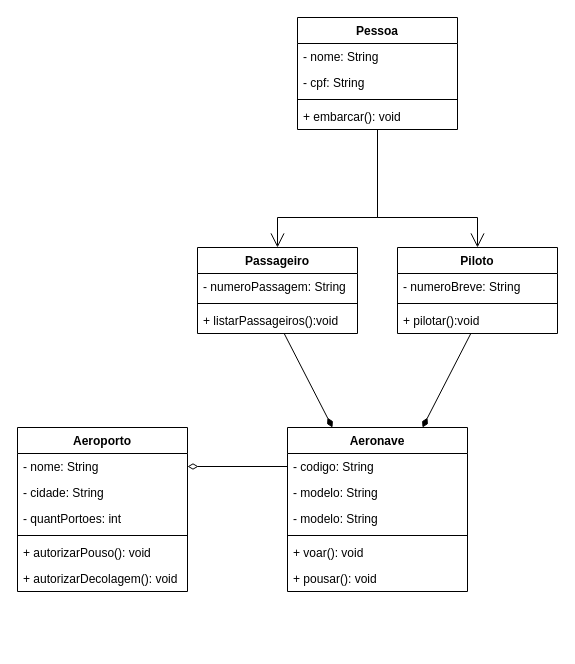
igormanoels/.Estudos-em-Java keeps this draw.io diagram as Fatec Zona Leste/Disciplina de Programação Orientada a Objetos/Aula_03/src/exercicios/exercicio_11/exercicio 11.drawio. Above is the earlier version. Source tidied: cells renumbered, new cells numbered last; positions are measured from the earlier drawing's top-left corner, leaving out a move shared by most shapes. Both pictures are drawn from the tidied source at 100%, with x=0, y=0 at pixel (17, 17).
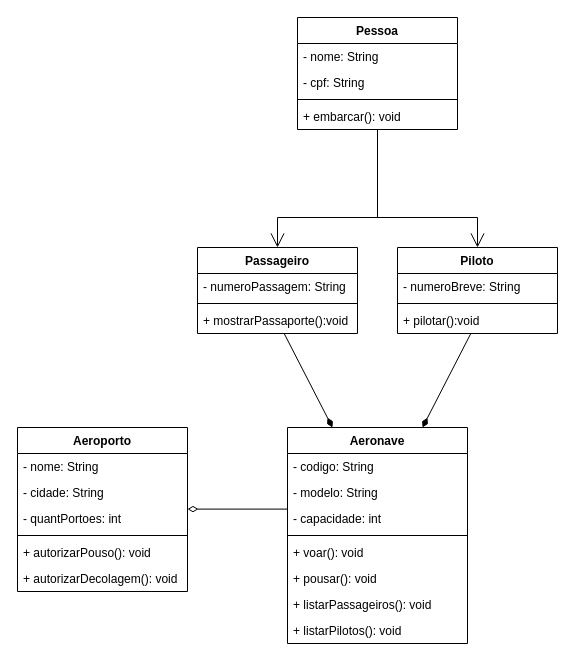
The same page after the edit.

Commit message (it also covers changes not shown here):
Inclusão do exercicio 11 da 3º aula de POO da graduação em ADS.

The change refers to these unchanged cells:
```xml
<mxCell id="7" value="Passageiro" style="swimlane;fontStyle=1;align=center;verticalAlign=top;horizontal=1;startSize=26;whiteSpace=wrap;html=1;" parent="1" vertex="1">
  <mxGeometry x="180" y="230" width="160" height="86" as="geometry" />
</mxCell>
<mxCell id="18" value="- codigo: String" style="text;strokeColor=none;fillColor=none;align=left;verticalAlign=top;spacingLeft=4;spacingRight=4;overflow=hidden;points=[[0,0.5],[1,0.5]];portConstraint=eastwest;whiteSpace=wrap;html=1;" parent="17" vertex="1">
  <mxGeometry y="26" width="180" height="26" as="geometry" />
</mxCell>
<mxCell id="25" value="- nome: String" style="text;strokeColor=none;fillColor=none;align=left;verticalAlign=top;spacingLeft=4;spacingRight=4;overflow=hidden;points=[[0,0.5],[1,0.5]];portConstraint=eastwest;whiteSpace=wrap;html=1;" parent="24" vertex="1">
  <mxGeometry y="26" width="170" height="26" as="geometry" />
</mxCell>
```

What changed in the source:
```diff
@@
-    <mxCell id="10" value="+ listarPassageiros():void" style="text;strokeColor=none;fillColor=none;align=left;verticalAlign=top;spacingLeft=4;spacingRight=4;overflow=hidden;points=[[0,0.5],[1,0.5]];portConstraint=eastwest;whiteSpace=wrap;html=1;" parent="7" vertex="1">
+    <mxCell id="10" value="+ mostrarPassaporte():void" style="text;strokeColor=none;fillColor=none;align=left;verticalAlign=top;spacingLeft=4;spacingRight=4;overflow=hidden;points=[[0,0.5],[1,0.5]];portConstraint=eastwest;whiteSpace=wrap;html=1;" parent="7" vertex="1">
       <mxGeometry y="60" width="160" height="26" as="geometry" />
     </mxCell>
@@
     <mxCell id="17" value="Aeronave" style="swimlane;fontStyle=1;align=center;verticalAlign=top;horizontal=1;startSize=26;whiteSpace=wrap;html=1;" parent="1" vertex="1">
-      <mxGeometry x="270" y="410" width="180" height="164" as="geometry" />
+      <mxGeometry x="270" y="410" width="180" height="216" as="geometry" />
     </mxCell>
@@
-    <mxCell id="20" value="- modelo: String" style="text;strokeColor=none;fillColor=none;align=left;verticalAlign=top;spacingLeft=4;spacingRight=4;overflow=hidden;whiteSpace=wrap;html=1;" parent="17" vertex="1">
+    <mxCell id="20" value="- capacidade: int" style="text;strokeColor=none;fillColor=none;align=left;verticalAlign=top;spacingLeft=4;spacingRight=4;overflow=hidden;whiteSpace=wrap;html=1;" parent="17" vertex="1">
       <mxGeometry y="78" width="180" height="26" as="geometry" />
     </mxCell>
@@
+    <mxCell id="34" value="+ listarPassageiros(): void" style="text;strokeColor=none;fillColor=none;align=left;verticalAlign=top;spacingLeft=4;spacingRight=4;overflow=hidden;whiteSpace=wrap;html=1;" parent="17" vertex="1">
+      <mxGeometry y="164" width="180" height="26" as="geometry" />
+    </mxCell>
+    <mxCell id="35" value="+ listarPilotos(): void" style="text;strokeColor=none;fillColor=none;align=left;verticalAlign=top;spacingLeft=4;spacingRight=4;overflow=hidden;whiteSpace=wrap;html=1;" parent="17" vertex="1">
+      <mxGeometry y="190" width="180" height="26" as="geometry" />
+    </mxCell>
@@
-    <mxCell id="31" style="endArrow=none;startArrow=diamondThin;endFill=0;startFill=0;html=1;verticalAlign=bottom;labelBackgroundColor=none;strokeWidth=1;startSize=8;endSize=8;rounded=0;exitX=1;exitY=0.5;exitDx=0;exitDy=0;entryX=0;entryY=0.5;entryDx=0;entryDy=0;" parent="1" edge="1" source="25" target="18">
-      <mxGeometry relative="1" as="geometry" />
+    <mxCell id="31" style="endArrow=none;startArrow=diamondThin;endFill=0;startFill=0;html=1;verticalAlign=bottom;labelBackgroundColor=none;strokeWidth=1;startSize=8;endSize=8;rounded=0;exitX=1;exitY=0.5;exitDx=0;exitDy=0;entryX=0;entryY=0.5;entryDx=0;entryDy=0;" parent="1" edge="1">
+      <mxGeometry relative="1" as="geometry">
+        <mxPoint x="170" y="491.6" as="sourcePoint" />
+        <mxPoint x="270" y="491.6" as="targetPoint" />
+      </mxGeometry>
     </mxCell>
```
